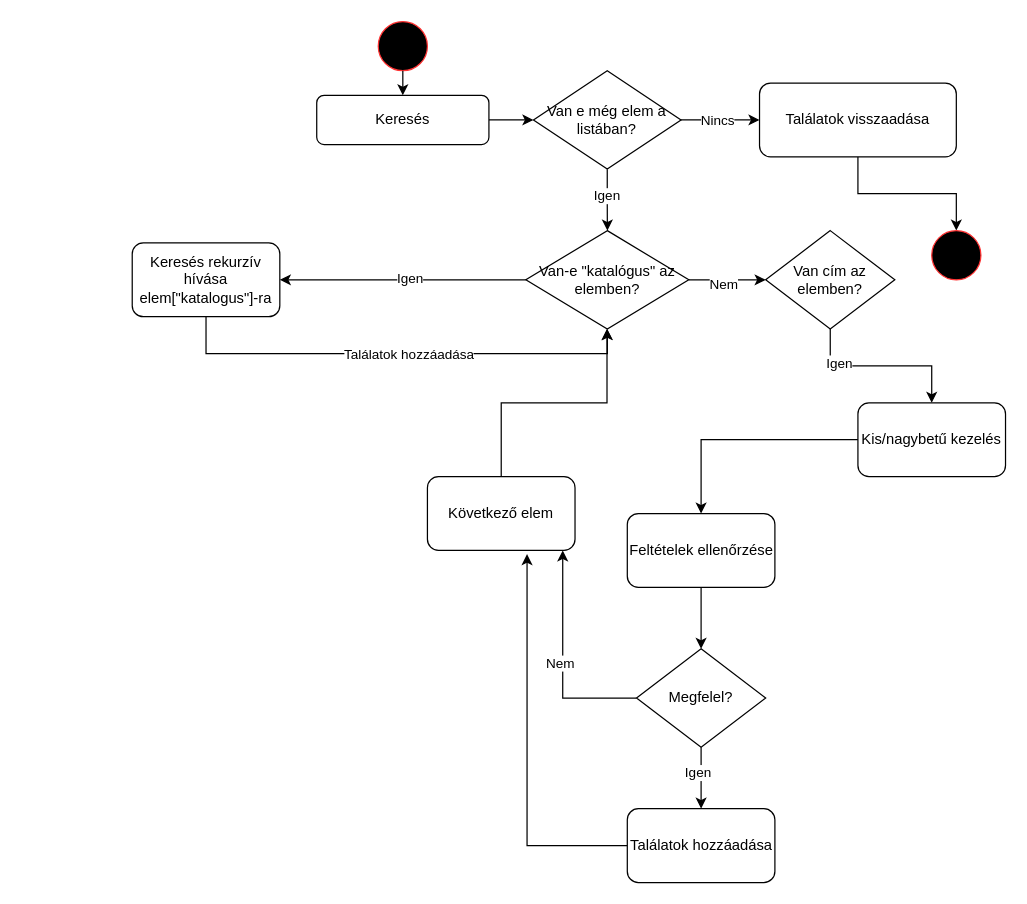
Pilu110/diagramok_2 keeps this draw.io diagram as kereso-abra_2.drawio. Above is the earlier version. Source tidied: cells renumbered, new cells numbered last; positions are measured from the earlier drawing's top-left corner, leaving out a move shared by most shapes. Both pictures are drawn from the tidied source at 123%, with x=0, y=0 at pixel (132, 21).
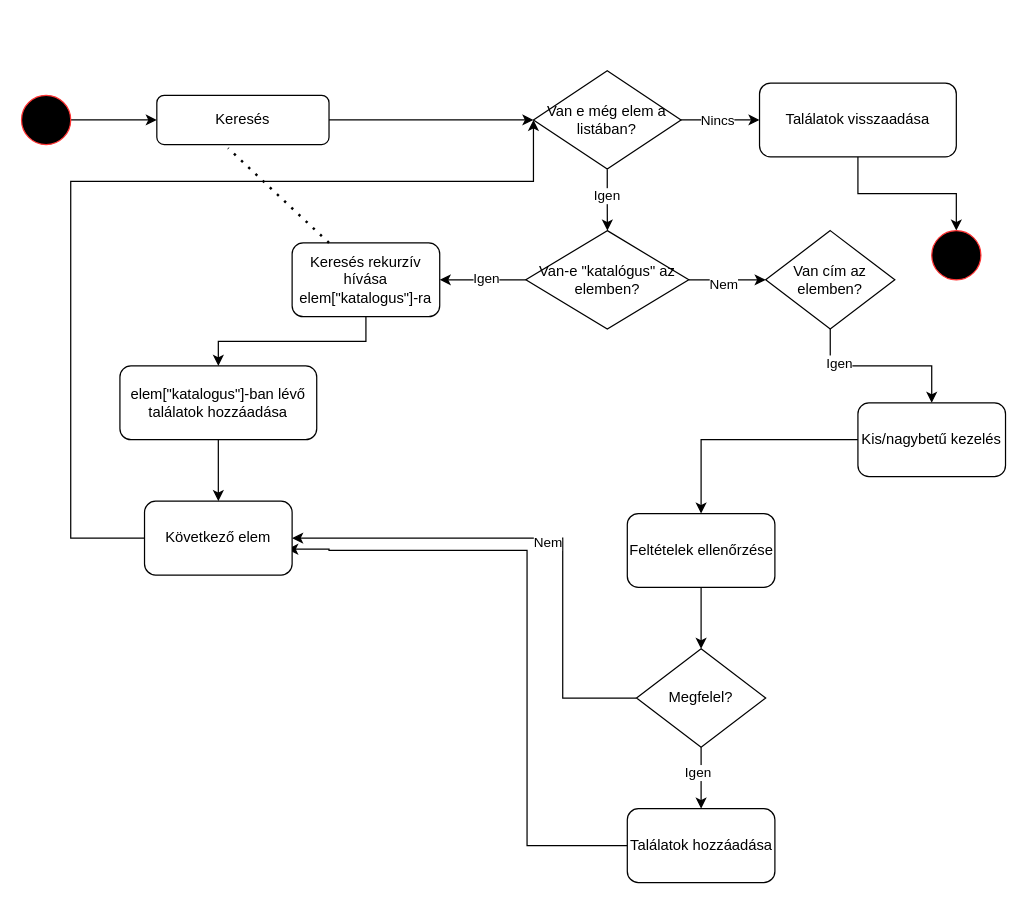
The same page after the edit.

The change refers to these unchanged cells:
```xml
<mxCell id="5" value="Van-e &quot;katalógus&quot; az elemben?" style="rhombus;whiteSpace=wrap;html=1;" parent="1" vertex="1">
  <mxGeometry x="320" y="170" width="132.5" height="80" as="geometry" />
</mxCell>
<mxCell id="27" value="&lt;span class=&quot;BZ_Pyq_fadeIn&quot;&gt;Találatok &lt;/span&gt;&lt;span class=&quot;BZ_Pyq_fadeIn&quot;&gt;hozzáadása&lt;/span&gt;" style="rounded=1;whiteSpace=wrap;html=1;" parent="1" vertex="1">
  <mxGeometry x="402.5" y="640" width="120" height="60" as="geometry" />
</mxCell>
<mxCell id="37" value="Van e még elem a listában?" style="rhombus;whiteSpace=wrap;html=1;" parent="1" vertex="1">
  <mxGeometry x="326.2" y="40" width="120" height="80" as="geometry" />
</mxCell>
```

Change to the diagram source:
```diff
@@
+    <mxCell id="6" style="edgeStyle=orthogonalEdgeStyle;rounded=0;jettySize=auto;html=1;" parent="1" edge="1" source="2" target="4">
+      <mxGeometry relative="1" as="geometry" />
+    </mxCell>
     <mxCell id="2" style="ellipse;whiteSpace=wrap;html=1;strokeColor=#FF3333;fillColor=#000000;" parent="1" vertex="1">
-      <mxGeometry x="200" width="40" height="40" as="geometry" />
+      <mxGeometry x="-90" y="60" width="40" height="40" as="geometry" />
     </mxCell>
@@
     <mxCell id="4" value="Keresés" style="rounded=1;whiteSpace=wrap;html=1;" parent="1" vertex="1">
-      <mxGeometry x="150" y="60" width="140" height="40" as="geometry" />
+      <mxGeometry x="20" y="60" width="140" height="40" as="geometry" />
     </mxCell>
@@
-    <mxCell id="6" style="endArrow=classic;html=1;rounded=0;exitX=0.5;exitY=1;exitDx=0;exitDy=0;entryX=0.5;entryY=0;entryDx=0;entryDy=0;" parent="1" edge="1" source="2" target="4">
-      <mxGeometry relative="1" as="geometry" />
-    </mxCell>
-    <mxCell id="7" style="edgeStyle=orthogonalEdgeStyle;rounded=0;jettySize=auto;html=1;entryX=0.5;entryY=1;entryDx=0;entryDy=0;" parent="1" edge="1" source="9" target="5">
-      <mxGeometry relative="1" as="geometry">
-        <Array as="points">
-          <mxPoint x="60" y="270" />
-          <mxPoint x="386" y="270" />
-        </Array>
-      </mxGeometry>
-    </mxCell>
-    <mxCell id="8" value="Találatok hozzáadása" style="edgeLabel;html=1;align=center;verticalAlign=middle;" parent="7" vertex="1">
-      <mxGeometry x="0.03" relative="1" as="geometry" />
-    </mxCell>
+    <mxCell id="38" style="edgeStyle=orthogonalEdgeStyle;rounded=0;jettySize=auto;html=1;" parent="1" edge="1" source="9" target="41">
+      <mxGeometry relative="1" as="geometry" />
+    </mxCell>
     <mxCell id="9" value="Keresés rekurzív hívása elem[&quot;katalogus&quot;]-ra" style="rounded=1;whiteSpace=wrap;html=1;" parent="1" vertex="1">
-      <mxGeometry y="180" width="120" height="60" as="geometry" />
+      <mxGeometry x="130" y="180" width="120" height="60" as="geometry" />
     </mxCell>
@@
-    <mxCell id="26" style="edgeStyle=orthogonalEdgeStyle;rounded=0;jettySize=auto;html=1;exitX=0;exitY=0.5;exitDx=0;exitDy=0;entryX=0.675;entryY=1.05;entryDx=0;entryDy=0;entryPerimeter=0;" parent="1" edge="1" source="27" target="29">
+    <mxCell id="26" style="edgeStyle=orthogonalEdgeStyle;rounded=0;jettySize=auto;html=1;exitX=0;exitY=0.5;exitDx=0;exitDy=0;entryX=0.967;entryY=0.65;entryDx=0;entryDy=0;entryPerimeter=0;" parent="1" edge="1" source="27" target="29">
       <mxGeometry relative="1" as="geometry">
         <Array as="points">
           <mxPoint x="321" y="670" />
+          <mxPoint x="321" y="430" />
+          <mxPoint x="160" y="430" />
+          <mxPoint x="160" y="429" />
         </Array>
       </mxGeometry>
     </mxCell>
@@
-    <mxCell id="28" style="edgeStyle=orthogonalEdgeStyle;rounded=0;jettySize=auto;html=1;" parent="1" edge="1" source="29" target="5">
-      <mxGeometry relative="1" as="geometry">
-        <Array as="points">
-          <mxPoint x="300" y="310" />
-          <mxPoint x="386" y="310" />
-        </Array>
-      </mxGeometry>
-    </mxCell>
+    <mxCell id="39" style="edgeStyle=orthogonalEdgeStyle;rounded=0;jettySize=auto;html=1;entryX=0;entryY=0.5;entryDx=0;entryDy=0;" parent="1" edge="1" source="29" target="37">
+      <mxGeometry relative="1" as="geometry">
+        <Array as="points">
+          <mxPoint x="-50" y="420" />
+          <mxPoint x="-50" y="130" />
+          <mxPoint x="326" y="130" />
+        </Array>
+      </mxGeometry>
+    </mxCell>
     <mxCell id="29" value="Következő elem" style="rounded=1;whiteSpace=wrap;html=1;" parent="1" vertex="1">
-      <mxGeometry x="240" y="370" width="120" height="60" as="geometry" />
+      <mxGeometry x="10" y="390" width="120" height="60" as="geometry" />
     </mxCell>
@@
+    <mxCell id="40" style="edgeStyle=orthogonalEdgeStyle;rounded=0;jettySize=auto;html=1;" parent="1" edge="1" source="41" target="29">
+      <mxGeometry relative="1" as="geometry" />
+    </mxCell>
+    <mxCell id="41" value="&lt;span class=&quot;BZ_Pyq_fadeIn&quot;&gt;elem[&quot;katalogus&quot;]-ban lévő találatok hozzá&lt;/span&gt;&lt;span class=&quot;BZ_Pyq_fadeIn&quot;&gt;adása&lt;/span&gt;" style="rounded=1;whiteSpace=wrap;html=1;" parent="1" vertex="1">
+      <mxGeometry x="-10" y="280" width="160" height="60" as="geometry" />
+    </mxCell>
+    <mxCell id="42" style="endArrow=none;dashed=1;html=1;dashPattern=1 3;strokeWidth=2;rounded=0;exitX=0.25;exitY=0;exitDx=0;exitDy=0;entryX=0.414;entryY=1.075;entryDx=0;entryDy=0;entryPerimeter=0;" parent="1" edge="1" source="9" target="4">
+      <mxGeometry relative="1" as="geometry" />
+    </mxCell>
```
